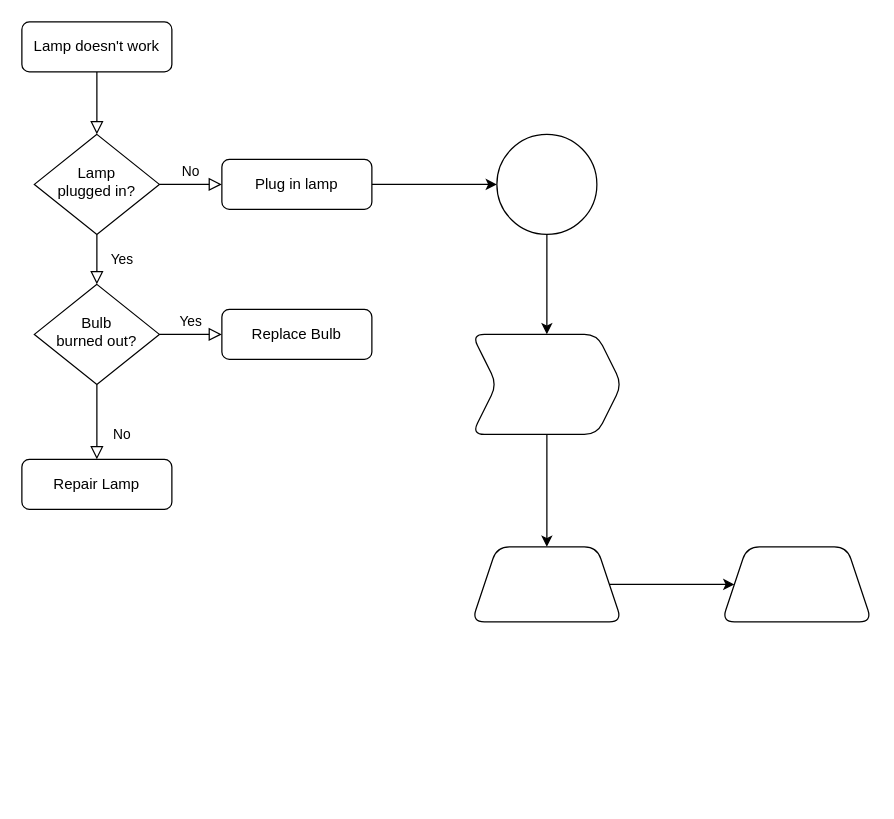
Above: Sample Diagram.drawio in kvillacarillo/Draw-IO-Sample-Repository (draw.io), before the change. Source tidied: cells renumbered, new cells numbered last; positions are measured from the earlier drawing's top-left corner, leaving out a move shared by most shapes. Both pictures are drawn from the tidied source at 125%, with x=0, y=0 at pixel (21, 21).
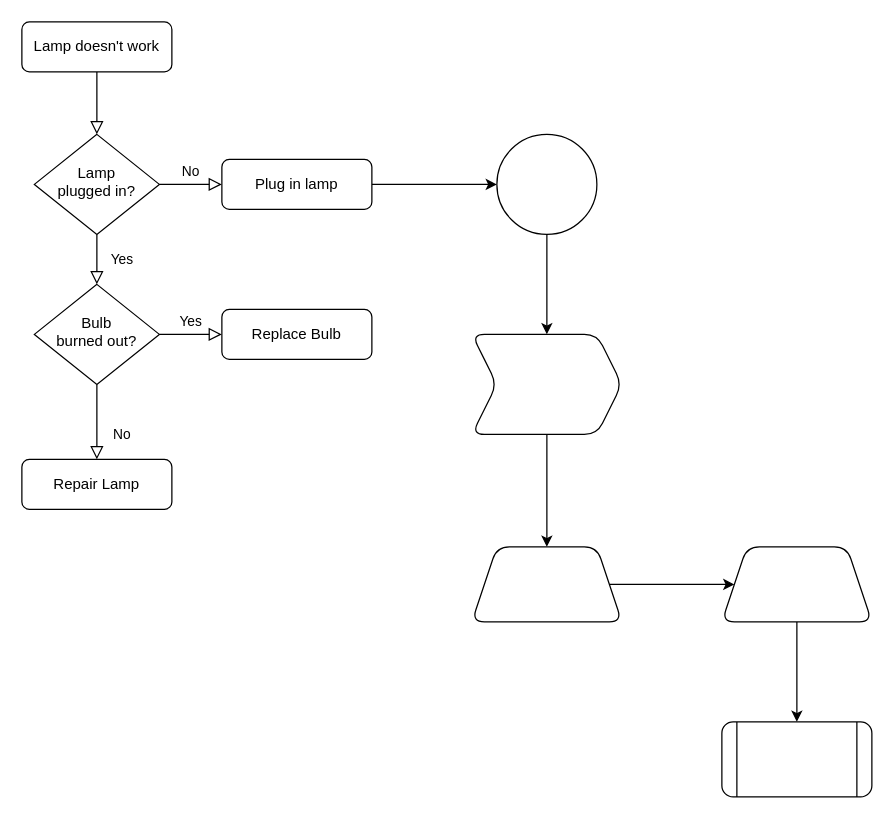
The same page after the edit.

The change refers to these unchanged cells:
```xml
<mxCell id="20" style="shape=trapezoid;perimeter=trapezoidPerimeter;whiteSpace=wrap;html=1;fixedSize=1;rounded=1;glass=0;strokeWidth=1;shadow=0;" parent="1" vertex="1">
  <mxGeometry x="560" y="420" width="120" height="60" as="geometry" />
</mxCell>
```

What changed in the source:
```diff
@@
+    <mxCell id="21" style="edgeStyle=orthogonalEdgeStyle;rounded=0;jettySize=auto;html=1;" parent="1" edge="1" source="20" target="22">
+      <mxGeometry relative="1" as="geometry" />
+    </mxCell>
@@
+    <mxCell id="22" style="shape=process;whiteSpace=wrap;html=1;backgroundOutline=1;rounded=1;glass=0;strokeWidth=1;shadow=0;" parent="1" vertex="1">
+      <mxGeometry x="560" y="560" width="120" height="60" as="geometry" />
+    </mxCell>
```
